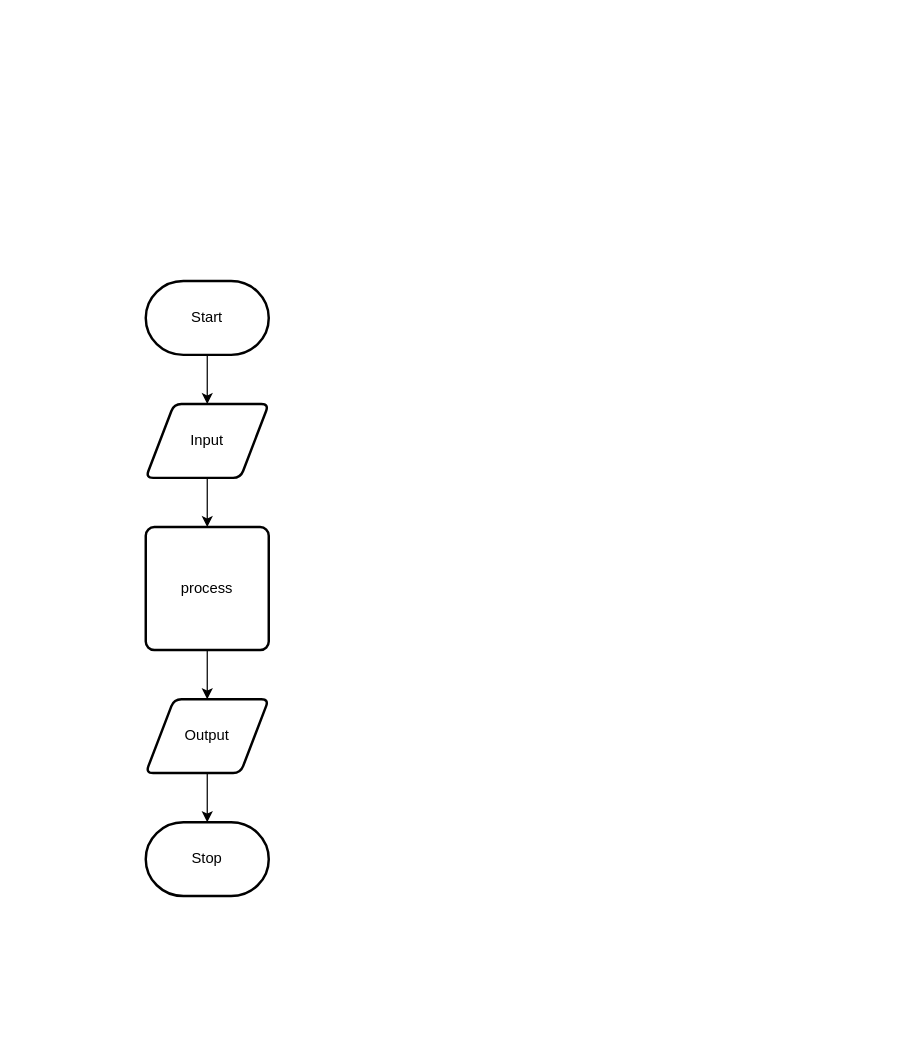
Above: design/flow-chart.drawio in Justin-Lavoie16/Unit-5-05-JS (draw.io), before the change. Source tidied: cells renumbered, new cells numbered last; positions are measured from the earlier drawing's top-left corner, leaving out a move shared by most shapes. Both pictures are drawn from the tidied source at 123%, with x=0, y=0 at pixel (145, 280).
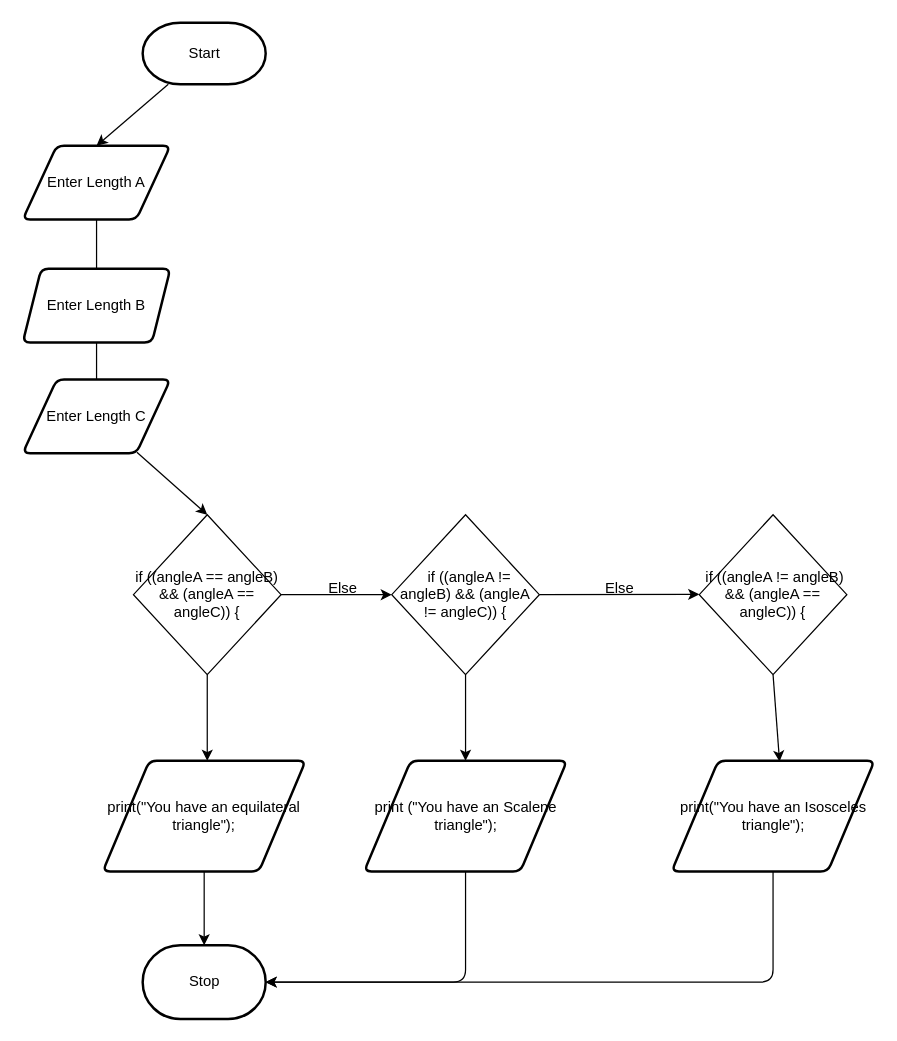
After the change.

Change to the diagram source:
```diff
@@
-    <mxCell id="2" style="edgeStyle=none;html=1;" parent="1" edge="1" source="3" target="5">
-      <mxGeometry relative="1" as="geometry" />
-    </mxCell>
+    <mxCell id="11" style="edgeStyle=none;html=1;entryX=0.5;entryY=0;entryDx=0;entryDy=0;" parent="1" edge="1" source="3" target="29">
+      <mxGeometry relative="1" as="geometry" />
+    </mxCell>
     <mxCell id="3" value="Start" style="strokeWidth=2;html=1;shape=mxgraph.flowchart.terminator;whiteSpace=wrap;" parent="1" vertex="1">
-      <mxGeometry width="100" height="60" as="geometry" />
+      <mxGeometry x="-2.5" y="-210" width="100" height="50" as="geometry" />
     </mxCell>
-    <mxCell id="4" style="edgeStyle=none;html=1;" parent="1" edge="1" source="5" target="7">
-      <mxGeometry relative="1" as="geometry" />
-    </mxCell>
-    <mxCell id="5" value="Input" style="shape=parallelogram;html=1;strokeWidth=2;perimeter=parallelogramPerimeter;whiteSpace=wrap;rounded=1;arcSize=12;size=0.23;" parent="1" vertex="1">
-      <mxGeometry y="100" width="100" height="60" as="geometry" />
-    </mxCell>
-    <mxCell id="6" style="edgeStyle=none;html=1;" parent="1" edge="1" source="7" target="9">
-      <mxGeometry relative="1" as="geometry" />
-    </mxCell>
-    <mxCell id="7" value="process" style="rounded=1;whiteSpace=wrap;html=1;absoluteArcSize=1;arcSize=14;strokeWidth=2;" parent="1" vertex="1">
-      <mxGeometry y="200" width="100" height="100" as="geometry" />
-    </mxCell>
-    <mxCell id="8" style="edgeStyle=none;html=1;" parent="1" edge="1" source="9" target="10">
-      <mxGeometry relative="1" as="geometry" />
-    </mxCell>
-    <mxCell id="9" value="Output" style="shape=parallelogram;html=1;strokeWidth=2;perimeter=parallelogramPerimeter;whiteSpace=wrap;rounded=1;arcSize=12;size=0.23;" parent="1" vertex="1">
-      <mxGeometry y="340" width="100" height="60" as="geometry" />
-    </mxCell>
     <mxCell id="10" value="Stop" style="strokeWidth=2;html=1;shape=mxgraph.flowchart.terminator;whiteSpace=wrap;" parent="1" vertex="1">
-      <mxGeometry y="440" width="100" height="60" as="geometry" />
+      <mxGeometry x="-2.5" y="540" width="100" height="60" as="geometry" />
     </mxCell>
+    <mxCell id="12" style="edgeStyle=none;html=1;" parent="1" edge="1" source="14">
+      <mxGeometry relative="1" as="geometry">
+        <mxPoint x="50" y="390" as="targetPoint" />
+      </mxGeometry>
+    </mxCell>
+    <mxCell id="13" style="edgeStyle=none;html=1;" parent="1" edge="1" source="14">
+      <mxGeometry relative="1" as="geometry">
+        <mxPoint x="200" y="255" as="targetPoint" />
+      </mxGeometry>
+    </mxCell>
+    <mxCell id="14" value="if ((angleA == angleB) &amp;amp;&amp;amp; (angleA == angleC)) {" style="rhombus;whiteSpace=wrap;html=1;" parent="1" vertex="1">
+      <mxGeometry x="-10" y="190" width="120" height="130" as="geometry" />
+    </mxCell>
+    <mxCell id="15" style="edgeStyle=none;html=1;entryX=0.5;entryY=0;entryDx=0;entryDy=0;entryPerimeter=0;" parent="1" edge="1" source="16" target="10">
+      <mxGeometry relative="1" as="geometry" />
+    </mxCell>
+    <mxCell id="16" value="print(&quot;You have an equilateral triangle&quot;);" style="shape=parallelogram;html=1;strokeWidth=2;perimeter=parallelogramPerimeter;whiteSpace=wrap;rounded=1;arcSize=12;size=0.23;" parent="1" vertex="1">
+      <mxGeometry x="-35" y="390" width="165" height="90" as="geometry" />
+    </mxCell>
+    <mxCell id="17" value="Else" style="text;html=1;align=center;verticalAlign=middle;fillColor=none;strokeColor=none;rounded=0;" parent="1" vertex="1">
+      <mxGeometry x="140" y="240" width="40" height="20" as="geometry" />
+    </mxCell>
+    <mxCell id="18" style="edgeStyle=none;html=1;entryX=0.5;entryY=0;entryDx=0;entryDy=0;" parent="1" edge="1" source="20" target="22">
+      <mxGeometry relative="1" as="geometry" />
+    </mxCell>
+    <mxCell id="19" style="edgeStyle=none;html=1;exitX=1;exitY=0.5;exitDx=0;exitDy=0;" parent="1" edge="1" source="20">
+      <mxGeometry relative="1" as="geometry">
+        <mxPoint x="450" y="254.7" as="targetPoint" />
+      </mxGeometry>
+    </mxCell>
+    <mxCell id="20" value="&amp;nbsp; if ((angleA != angleB) &amp;amp;&amp;amp; (angleA != angleC)) {" style="rhombus;whiteSpace=wrap;html=1;" parent="1" vertex="1">
+      <mxGeometry x="200" y="190" width="120" height="130" as="geometry" />
+    </mxCell>
+    <mxCell id="21" style="edgeStyle=orthogonalEdgeStyle;html=1;exitX=0.5;exitY=1;exitDx=0;exitDy=0;entryX=1;entryY=0.5;entryDx=0;entryDy=0;entryPerimeter=0;" parent="1" edge="1" source="22" target="10">
+      <mxGeometry relative="1" as="geometry" />
+    </mxCell>
+    <mxCell id="22" value="print&amp;nbsp;(&quot;You have an Scalene triangle&quot;);" style="shape=parallelogram;html=1;strokeWidth=2;perimeter=parallelogramPerimeter;whiteSpace=wrap;rounded=1;arcSize=12;size=0.23;" parent="1" vertex="1">
+      <mxGeometry x="177.5" y="390" width="165" height="90" as="geometry" />
+    </mxCell>
+    <mxCell id="23" value="Else" style="text;html=1;align=center;verticalAlign=middle;fillColor=none;strokeColor=none;rounded=0;" parent="1" vertex="1">
+      <mxGeometry x="365" y="240" width="40" height="20" as="geometry" />
+    </mxCell>
+    <mxCell id="24" style="edgeStyle=none;html=1;exitX=0.5;exitY=1;exitDx=0;exitDy=0;entryX=0.532;entryY=0.007;entryDx=0;entryDy=0;entryPerimeter=0;" parent="1" edge="1" source="25" target="27">
+      <mxGeometry relative="1" as="geometry" />
+    </mxCell>
+    <mxCell id="25" value="&amp;nbsp;if ((angleA != angleB) &amp;amp;&amp;amp; (angleA == angleC)) {" style="rhombus;whiteSpace=wrap;html=1;" parent="1" vertex="1">
+      <mxGeometry x="450" y="190" width="120" height="130" as="geometry" />
+    </mxCell>
+    <mxCell id="26" style="edgeStyle=orthogonalEdgeStyle;html=1;entryX=1;entryY=0.5;entryDx=0;entryDy=0;entryPerimeter=0;" parent="1" edge="1" source="27" target="10">
+      <mxGeometry relative="1" as="geometry">
+        <Array as="points">
+          <mxPoint x="510" y="570" />
+        </Array>
+      </mxGeometry>
+    </mxCell>
+    <mxCell id="27" value="print(&quot;You have an Isosceles triangle&quot;);" style="shape=parallelogram;html=1;strokeWidth=2;perimeter=parallelogramPerimeter;whiteSpace=wrap;rounded=1;arcSize=12;size=0.23;" parent="1" vertex="1">
+      <mxGeometry x="427.5" y="390" width="165" height="90" as="geometry" />
+    </mxCell>
+    <mxCell id="28" style="edgeStyle=none;html=1;" parent="1" edge="1" source="29">
+      <mxGeometry relative="1" as="geometry">
+        <mxPoint x="-40" y="30" as="targetPoint" />
+      </mxGeometry>
+    </mxCell>
+    <mxCell id="29" value="Enter Length A" style="shape=parallelogram;html=1;strokeWidth=2;perimeter=parallelogramPerimeter;whiteSpace=wrap;rounded=1;arcSize=12;size=0.23;" parent="1" vertex="1">
+      <mxGeometry x="-100" y="-110" width="120" height="60" as="geometry" />
+    </mxCell>
+    <mxCell id="30" style="edgeStyle=none;html=1;exitX=0.5;exitY=1;exitDx=0;exitDy=0;" parent="1" edge="1" source="31">
+      <mxGeometry relative="1" as="geometry">
+        <mxPoint x="-40" y="110" as="targetPoint" />
+      </mxGeometry>
+    </mxCell>
+    <mxCell id="31" value="Enter Length B" style="shape=parallelogram;html=1;strokeWidth=2;perimeter=parallelogramPerimeter;whiteSpace=wrap;rounded=1;arcSize=12;size=0.125;" parent="1" vertex="1">
+      <mxGeometry x="-100" y="-10" width="120" height="60" as="geometry" />
+    </mxCell>
+    <mxCell id="32" style="edgeStyle=none;html=1;entryX=0.5;entryY=0;entryDx=0;entryDy=0;" parent="1" edge="1" source="33" target="14">
+      <mxGeometry relative="1" as="geometry" />
+    </mxCell>
+    <mxCell id="33" value="Enter Length C" style="shape=parallelogram;html=1;strokeWidth=2;perimeter=parallelogramPerimeter;whiteSpace=wrap;rounded=1;arcSize=12;size=0.23;" parent="1" vertex="1">
+      <mxGeometry x="-100" y="80" width="120" height="60" as="geometry" />
+    </mxCell>
```
